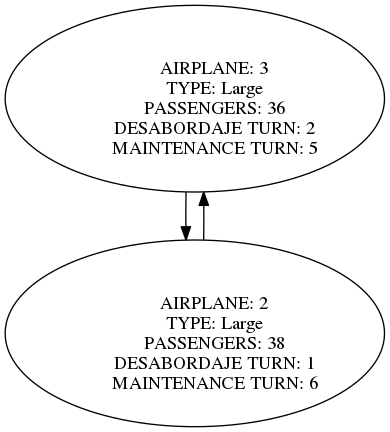
Earlier version of the Graphviz export ListAirport2.0/planes.png (SofiaQuintana/IPC1_201731874). Its source is kept beside it as ListAirport2.0/Planes.dot. Its diagram source:
```dot
digraph listadoble {
 Node1729197047[label="
	AIRPLANE: 3
	TYPE: Large
	PASSENGERS: 36
	DESABORDAJE TURN: 2
	MAINTENANCE TURN: 5
"];
Node1729197047->Node1592726053;
Node1592726053->Node1729197047;
 Node1592726053[label="
	AIRPLANE: 2
	TYPE: Large
	PASSENGERS: 38
	DESABORDAJE TURN: 1
	MAINTENANCE TURN: 6
"];

}
```
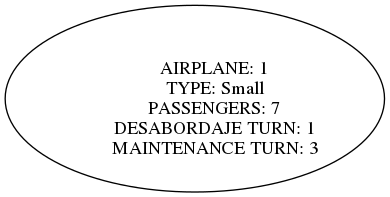
After the change.

Change to the diagram source:
```diff
@@ -1,19 +1,10 @@
 digraph listadoble {
- Node1729197047[label="
-	AIRPLANE: 3
-	TYPE: Large
-	PASSENGERS: 36
-	DESABORDAJE TURN: 2
-	MAINTENANCE TURN: 5
-"];
-Node1729197047->Node1592726053;
-Node1592726053->Node1729197047;
- Node1592726053[label="
-	AIRPLANE: 2
-	TYPE: Large
-	PASSENGERS: 38
+ Node933894007[label="
+	AIRPLANE: 1
+	TYPE: Small
+	PASSENGERS: 7
 	DESABORDAJE TURN: 1
-	MAINTENANCE TURN: 6
+	MAINTENANCE TURN: 3
 "];
 
 }
```
